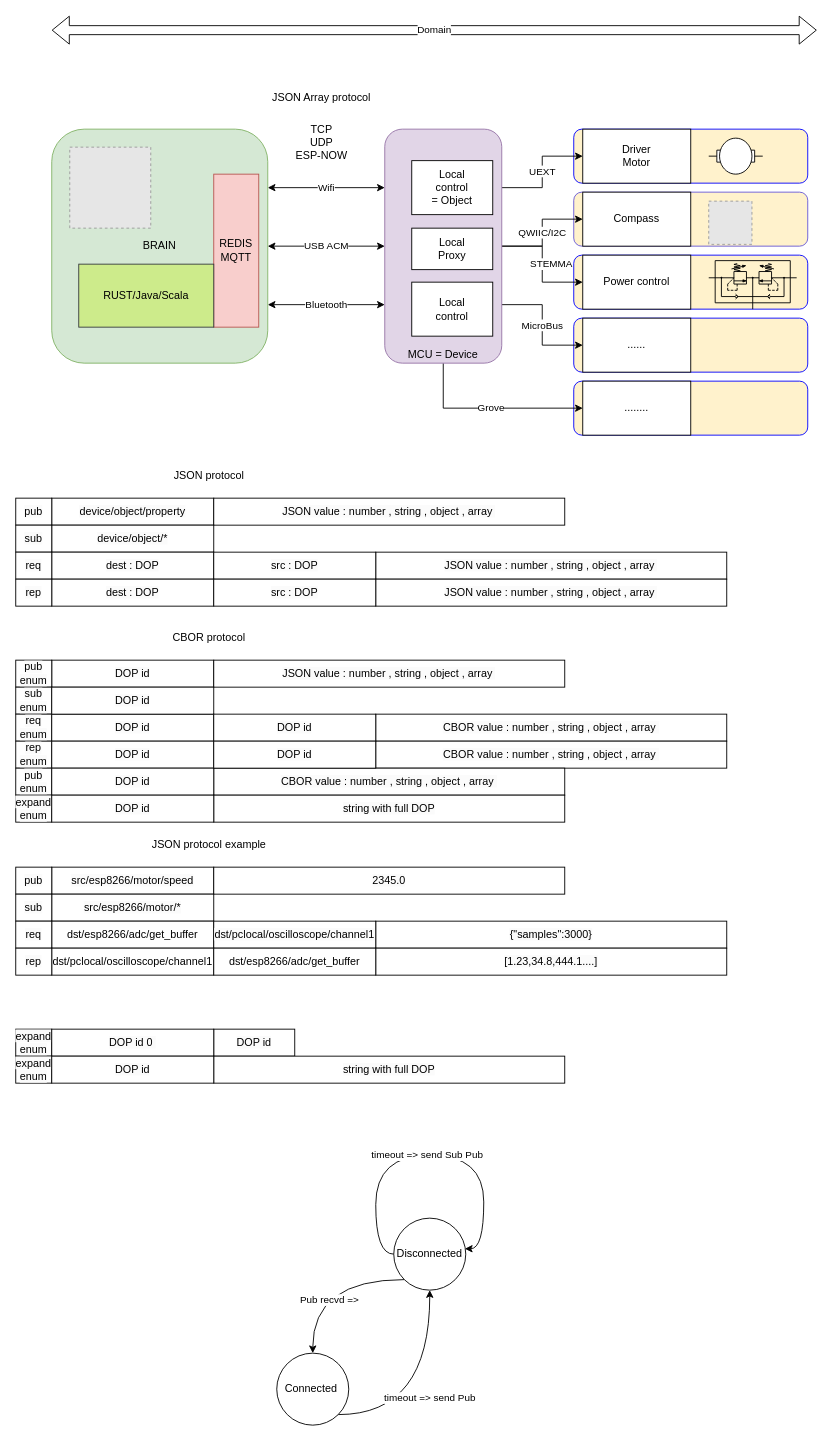
This is docs/limero_concepts.drawio from vortex314/tiva-rs, a draw.io file, before an edit. Source tidied: cells renumbered, new cells numbered last; positions are measured from the earlier drawing's top-left corner, leaving out a move shared by most shapes. Both pictures are drawn from the tidied source at 90%, with x=0, y=0 at pixel (15, 30). Pictures stored in the file or linked from it are replaced by grey dashed boxes.
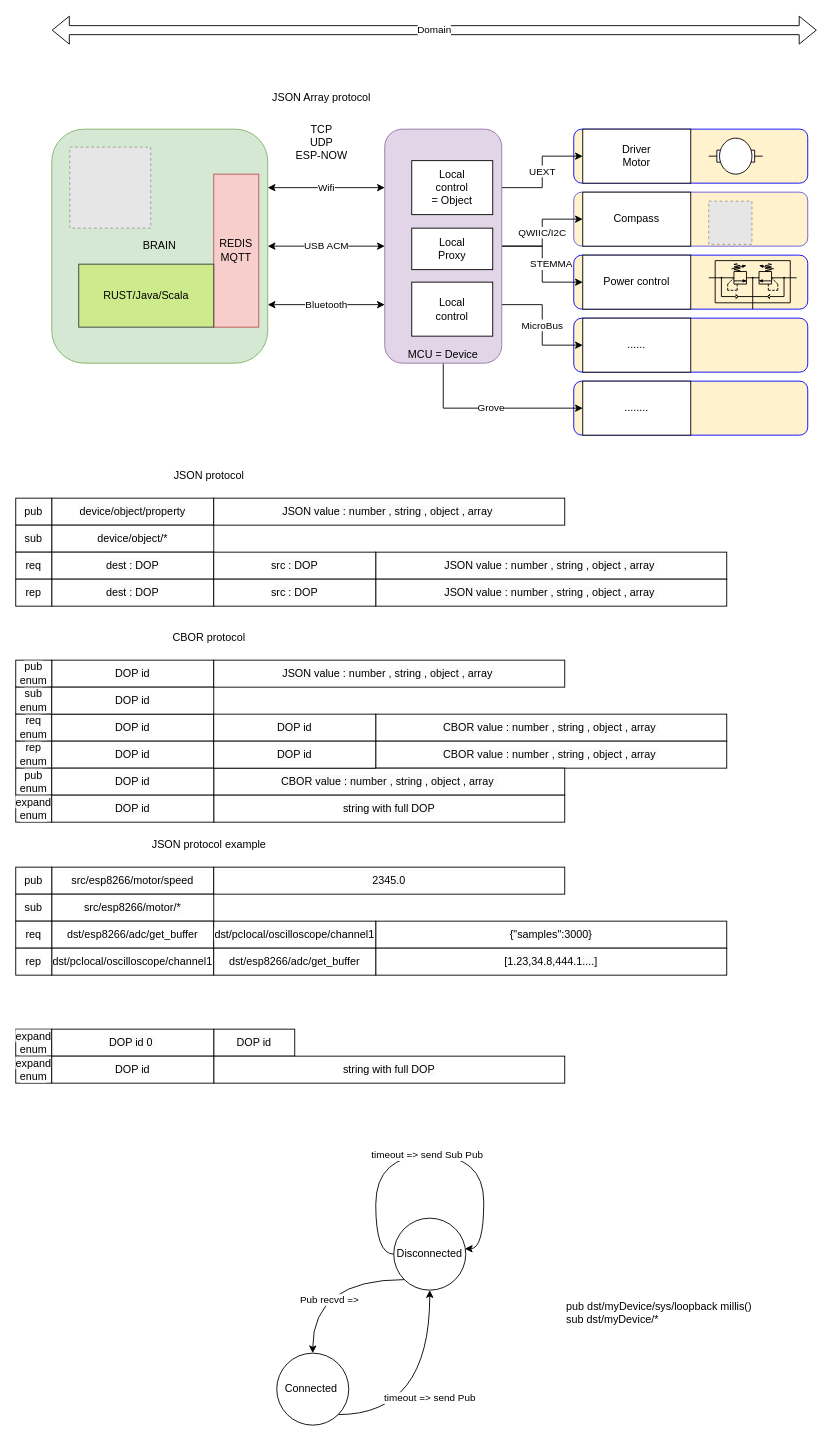
The same page after the edit.

Change to the diagram source:
```diff
@@
+    <mxCell id="93" value="pub dst/myDevice/sys/loopback millis()&lt;br&gt;sub dst/myDevice/*" style="text;html=1;strokeColor=none;fillColor=none;align=left;verticalAlign=middle;whiteSpace=wrap;rounded=0;" parent="1" vertex="1">
+      <mxGeometry x="610" y="1410" width="280" height="30" as="geometry" />
+    </mxCell>
```
